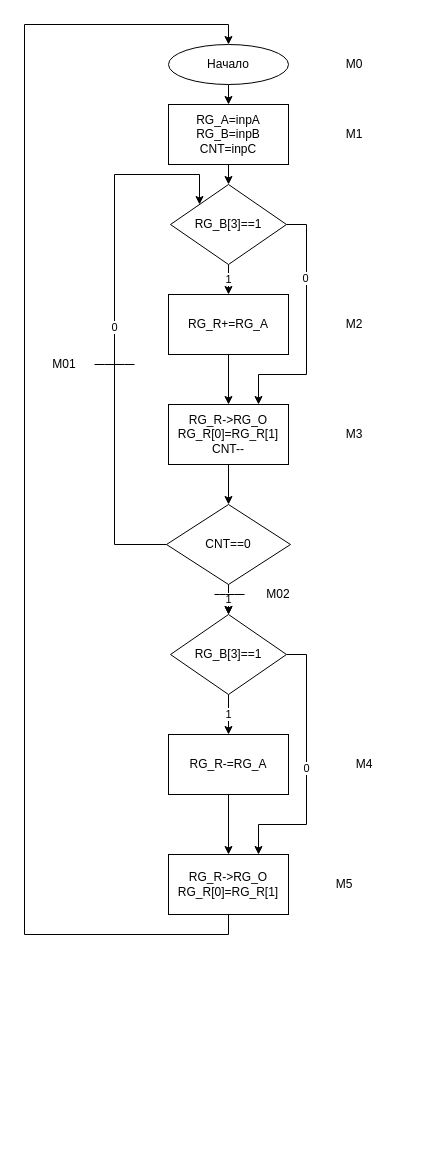
Above: prac2/prac2.drawio in Mastmex/rum (draw.io), before the change. Source tidied: cells renumbered, new cells numbered last; positions are measured from the earlier drawing's top-left corner, leaving out a move shared by most shapes. Both pictures are drawn from the tidied source at 100%, with x=0, y=0 at pixel (24, 24).
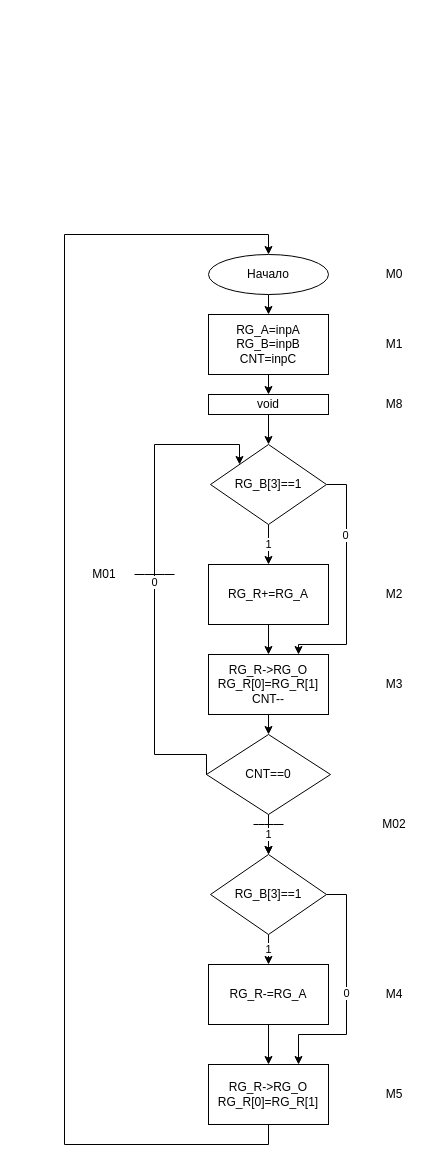
After the change.

Diff of the diagram source:
```diff
@@
     <mxCell id="3" value="Начало" style="ellipse;whiteSpace=wrap;html=1;" parent="1" vertex="1">
-      <mxGeometry x="144" y="20" width="120" height="40" as="geometry" />
+      <mxGeometry x="184" y="230" width="120" height="40" as="geometry" />
     </mxCell>
-    <mxCell id="4" style="edgeStyle=orthogonalEdgeStyle;rounded=0;jettySize=auto;html=1;exitX=0.5;exitY=1;exitDx=0;exitDy=0;entryX=0.5;entryY=0;entryDx=0;entryDy=0;" parent="1" edge="1" source="5" target="9">
-      <mxGeometry relative="1" as="geometry" />
-    </mxCell>
+    <mxCell id="35" style="edgeStyle=orthogonalEdgeStyle;rounded=0;jettySize=auto;html=1;exitX=0.5;exitY=1;exitDx=0;exitDy=0;entryX=0.5;entryY=0;entryDx=0;entryDy=0;" parent="1" edge="1" source="5" target="45">
+      <mxGeometry relative="1" as="geometry" />
+    </mxCell>
     <mxCell id="5" value="RG_A=inpA&lt;br&gt;RG_B=inpB&lt;br&gt;CNT=inpC" style="rounded=0;whiteSpace=wrap;html=1;" parent="1" vertex="1">
-      <mxGeometry x="144" y="80" width="120" height="60" as="geometry" />
+      <mxGeometry x="184" y="290" width="120" height="60" as="geometry" />
     </mxCell>
-    <mxCell id="6" value="1" style="edgeStyle=orthogonalEdgeStyle;rounded=0;jettySize=auto;html=1;exitX=0.5;exitY=1;exitDx=0;exitDy=0;entryX=0.5;entryY=0;entryDx=0;entryDy=0;" parent="1" edge="1" source="9" target="11">
-      <mxGeometry relative="1" as="geometry" />
-    </mxCell>
-    <mxCell id="7" style="edgeStyle=orthogonalEdgeStyle;rounded=0;jettySize=auto;html=1;exitX=1;exitY=0.5;exitDx=0;exitDy=0;entryX=0.75;entryY=0;entryDx=0;entryDy=0;" parent="1" edge="1" source="9" target="13">
-      <mxGeometry relative="1" as="geometry">
-        <Array as="points">
-          <mxPoint x="282" y="200" />
-          <mxPoint x="282" y="350" />
-          <mxPoint x="234" y="350" />
-        </Array>
-      </mxGeometry>
-    </mxCell>
+    <mxCell id="36" value="1" style="edgeStyle=orthogonalEdgeStyle;rounded=0;jettySize=auto;html=1;exitX=0.5;exitY=1;exitDx=0;exitDy=0;entryX=0.5;entryY=0;entryDx=0;entryDy=0;" parent="1" edge="1" source="38" target="11">
+      <mxGeometry relative="1" as="geometry" />
+    </mxCell>
+    <mxCell id="37" style="edgeStyle=orthogonalEdgeStyle;rounded=0;jettySize=auto;html=1;exitX=1;exitY=0.5;exitDx=0;exitDy=0;entryX=0.75;entryY=0;entryDx=0;entryDy=0;" parent="1" edge="1" source="38" target="13">
+      <mxGeometry relative="1" as="geometry">
+        <Array as="points">
+          <mxPoint x="322" y="460" />
+          <mxPoint x="322" y="620" />
+          <mxPoint x="274" y="620" />
+        </Array>
+      </mxGeometry>
+    </mxCell>
-    <mxCell id="8" value="0" style="edgeLabel;html=1;align=center;verticalAlign=middle;" parent="7" vertex="1">
+    <mxCell id="8" value="0" style="edgeLabel;html=1;align=center;verticalAlign=middle;" parent="37" vertex="1">
       <mxGeometry x="-0.41" y="7" relative="1" as="geometry">
         <mxPoint x="-9" as="offset" />
       </mxGeometry>
     </mxCell>
-    <mxCell id="9" value="RG_B[3]==1" style="rhombus;whiteSpace=wrap;html=1;" parent="1" vertex="1">
-      <mxGeometry x="146" y="160" width="116" height="80" as="geometry" />
-    </mxCell>
+    <mxCell id="38" value="RG_B[3]==1" style="rhombus;whiteSpace=wrap;html=1;" parent="1" vertex="1">
+      <mxGeometry x="186" y="420" width="116" height="80" as="geometry" />
+    </mxCell>
@@
     <mxCell id="11" value="RG_R+=RG_A" style="rounded=0;whiteSpace=wrap;html=1;" parent="1" vertex="1">
-      <mxGeometry x="144" y="270" width="120" height="60" as="geometry" />
+      <mxGeometry x="184" y="540" width="120" height="60" as="geometry" />
     </mxCell>
@@
     <mxCell id="13" value="RG_R-&amp;gt;RG_O&lt;br&gt;RG_R[0]=RG_R[1]&lt;br&gt;CNT--" style="rounded=0;whiteSpace=wrap;html=1;" parent="1" vertex="1">
-      <mxGeometry x="144" y="380" width="120" height="60" as="geometry" />
+      <mxGeometry x="184" y="630" width="120" height="60" as="geometry" />
     </mxCell>
-    <mxCell id="14" value="0" style="edgeStyle=orthogonalEdgeStyle;rounded=0;jettySize=auto;html=1;exitX=0;exitY=0.5;exitDx=0;exitDy=0;entryX=0;entryY=0;entryDx=0;entryDy=0;" parent="1" edge="1" source="17" target="9">
+    <mxCell id="14" value="0" style="edgeStyle=orthogonalEdgeStyle;rounded=0;jettySize=auto;html=1;exitX=0;exitY=0.5;exitDx=0;exitDy=0;entryX=0;entryY=0;entryDx=0;entryDy=0;" parent="1" edge="1" source="17" target="38">
       <mxGeometry relative="1" as="geometry">
         <Array as="points">
-          <mxPoint x="90" y="520" />
-          <mxPoint x="90" y="150" />
-          <mxPoint x="175" y="150" />
+          <mxPoint x="182" y="730" />
+          <mxPoint x="130" y="730" />
+          <mxPoint x="130" y="420" />
+          <mxPoint x="215" y="420" />
         </Array>
       </mxGeometry>
     </mxCell>
-    <mxCell id="15" style="edgeStyle=orthogonalEdgeStyle;rounded=0;jettySize=auto;html=1;exitX=0.5;exitY=1;exitDx=0;exitDy=0;entryX=0.5;entryY=0;entryDx=0;entryDy=0;" parent="1" edge="1" source="17" target="20">
-      <mxGeometry relative="1" as="geometry" />
-    </mxCell>
+    <mxCell id="39" style="edgeStyle=orthogonalEdgeStyle;rounded=0;jettySize=auto;html=1;exitX=0.5;exitY=1;exitDx=0;exitDy=0;entryX=0.5;entryY=0;entryDx=0;entryDy=0;" parent="1" edge="1" source="17" target="41">
+      <mxGeometry relative="1" as="geometry" />
+    </mxCell>
-    <mxCell id="16" value="1" style="edgeStyle=orthogonalEdgeStyle;rounded=0;jettySize=auto;html=1;" parent="1" edge="1" source="17" target="20">
+    <mxCell id="16" value="1" style="edgeStyle=orthogonalEdgeStyle;rounded=0;jettySize=auto;html=1;" parent="1" edge="1" source="17" target="41">
       <mxGeometry relative="1" as="geometry" />
     </mxCell>
     <mxCell id="17" value="CNT==0" style="rhombus;whiteSpace=wrap;html=1;" parent="1" vertex="1">
-      <mxGeometry x="142" y="480" width="124" height="80" as="geometry" />
+      <mxGeometry x="182" y="710" width="124" height="80" as="geometry" />
     </mxCell>
-    <mxCell id="18" value="1" style="edgeStyle=orthogonalEdgeStyle;rounded=0;jettySize=auto;html=1;exitX=0.5;exitY=1;exitDx=0;exitDy=0;entryX=0.5;entryY=0;entryDx=0;entryDy=0;" parent="1" edge="1" source="20" target="22">
-      <mxGeometry relative="1" as="geometry" />
-    </mxCell>
+    <mxCell id="40" value="1" style="edgeStyle=orthogonalEdgeStyle;rounded=0;jettySize=auto;html=1;exitX=0.5;exitY=1;exitDx=0;exitDy=0;entryX=0.5;entryY=0;entryDx=0;entryDy=0;" parent="1" edge="1" source="41" target="22">
+      <mxGeometry relative="1" as="geometry" />
+    </mxCell>
-    <mxCell id="19" value="0" style="edgeStyle=orthogonalEdgeStyle;rounded=0;jettySize=auto;html=1;exitX=1;exitY=0.5;exitDx=0;exitDy=0;entryX=0.75;entryY=0;entryDx=0;entryDy=0;" parent="1" edge="1" source="20" target="24">
+    <mxCell id="19" value="0" style="edgeStyle=orthogonalEdgeStyle;rounded=0;jettySize=auto;html=1;exitX=1;exitY=0.5;exitDx=0;exitDy=0;entryX=0.75;entryY=0;entryDx=0;entryDy=0;" parent="1" edge="1" source="41" target="24">
       <mxGeometry relative="1" as="geometry">
         <Array as="points">
-          <mxPoint x="282" y="630" />
-          <mxPoint x="282" y="800" />
-          <mxPoint x="234" y="800" />
+          <mxPoint x="322" y="870" />
+          <mxPoint x="322" y="1010" />
+          <mxPoint x="274" y="1010" />
         </Array>
       </mxGeometry>
     </mxCell>
-    <mxCell id="20" value="RG_B[3]==1" style="rhombus;whiteSpace=wrap;html=1;" parent="1" vertex="1">
-      <mxGeometry x="146" y="590" width="116" height="80" as="geometry" />
-    </mxCell>
+    <mxCell id="41" value="RG_B[3]==1" style="rhombus;whiteSpace=wrap;html=1;" parent="1" vertex="1">
+      <mxGeometry x="186" y="830" width="116" height="80" as="geometry" />
+    </mxCell>
@@
     <mxCell id="22" value="RG_R-=RG_A" style="rounded=0;whiteSpace=wrap;html=1;" parent="1" vertex="1">
-      <mxGeometry x="144" y="710" width="120" height="60" as="geometry" />
+      <mxGeometry x="184" y="940" width="120" height="60" as="geometry" />
     </mxCell>
     <mxCell id="23" style="edgeStyle=orthogonalEdgeStyle;rounded=0;jettySize=auto;html=1;exitX=0.5;exitY=1;exitDx=0;exitDy=0;entryX=0.5;entryY=0;entryDx=0;entryDy=0;" parent="1" edge="1" source="24" target="3">
       <mxGeometry relative="1" as="geometry">
         <Array as="points">
-          <mxPoint x="204" y="910" />
-          <mxPoint y="910" />
-          <mxPoint />
-          <mxPoint x="204" />
+          <mxPoint x="244" y="1120" />
+          <mxPoint x="40" y="1120" />
+          <mxPoint x="40" y="210" />
+          <mxPoint x="244" y="210" />
         </Array>
       </mxGeometry>
     </mxCell>
     <mxCell id="24" value="RG_R-&amp;gt;RG_O&lt;br&gt;RG_R[0]=RG_R[1]&lt;br&gt;" style="rounded=0;whiteSpace=wrap;html=1;" parent="1" vertex="1">
-      <mxGeometry x="144" y="830" width="120" height="60" as="geometry" />
+      <mxGeometry x="184" y="1040" width="120" height="60" as="geometry" />
     </mxCell>
     <mxCell id="25" value="M0" style="text;html=1;strokeColor=none;fillColor=none;align=center;verticalAlign=middle;whiteSpace=wrap;rounded=0;" parent="1" vertex="1">
-      <mxGeometry x="310" y="30" width="40" height="20" as="geometry" />
+      <mxGeometry x="350" y="240" width="40" height="20" as="geometry" />
     </mxCell>
     <mxCell id="26" value="M1" style="text;html=1;strokeColor=none;fillColor=none;align=center;verticalAlign=middle;whiteSpace=wrap;rounded=0;" parent="1" vertex="1">
-      <mxGeometry x="310" y="100" width="40" height="20" as="geometry" />
+      <mxGeometry x="350" y="310" width="40" height="20" as="geometry" />
     </mxCell>
     <mxCell id="27" value="M2" style="text;html=1;strokeColor=none;fillColor=none;align=center;verticalAlign=middle;whiteSpace=wrap;rounded=0;" parent="1" vertex="1">
-      <mxGeometry x="310" y="290" width="40" height="20" as="geometry" />
+      <mxGeometry x="350" y="560" width="40" height="20" as="geometry" />
     </mxCell>
     <mxCell id="28" value="M3" style="text;html=1;strokeColor=none;fillColor=none;align=center;verticalAlign=middle;whiteSpace=wrap;rounded=0;" parent="1" vertex="1">
-      <mxGeometry x="310" y="400" width="40" height="20" as="geometry" />
+      <mxGeometry x="350" y="650" width="40" height="20" as="geometry" />
     </mxCell>
-    <mxCell id="29" style="endArrow=none;html=1;" parent="1" edge="1">
-      <mxGeometry relative="1" as="geometry">
-        <mxPoint x="70" y="340" as="sourcePoint" />
-        <mxPoint x="110" y="340" as="targetPoint" />
-        <Array as="points">
-          <mxPoint x="90" y="340" />
-        </Array>
-      </mxGeometry>
-    </mxCell>
+    <mxCell id="42" style="endArrow=none;html=1;" parent="1" edge="1">
+      <mxGeometry relative="1" as="geometry">
+        <mxPoint x="110" y="550" as="sourcePoint" />
+        <mxPoint x="150" y="550" as="targetPoint" />
+        <Array as="points">
+          <mxPoint x="130" y="550" />
+        </Array>
+      </mxGeometry>
+    </mxCell>
     <mxCell id="30" value="M01" style="text;html=1;strokeColor=none;fillColor=none;align=center;verticalAlign=middle;whiteSpace=wrap;rounded=0;" parent="1" vertex="1">
-      <mxGeometry x="20" y="330" width="40" height="20" as="geometry" />
+      <mxGeometry x="60" y="540" width="40" height="20" as="geometry" />
     </mxCell>
     <mxCell id="31" value="M4" style="text;html=1;strokeColor=none;fillColor=none;align=center;verticalAlign=middle;whiteSpace=wrap;rounded=0;" parent="1" vertex="1">
-      <mxGeometry x="320" y="730" width="40" height="20" as="geometry" />
+      <mxGeometry x="350" y="960" width="40" height="20" as="geometry" />
     </mxCell>
     <mxCell id="32" value="M5" style="text;html=1;strokeColor=none;fillColor=none;align=center;verticalAlign=middle;whiteSpace=wrap;rounded=0;" parent="1" vertex="1">
-      <mxGeometry x="300" y="850" width="40" height="20" as="geometry" />
+      <mxGeometry x="350" y="1060" width="40" height="20" as="geometry" />
     </mxCell>
-    <mxCell id="33" style="endArrow=none;html=1;" parent="1" edge="1">
-      <mxGeometry relative="1" as="geometry">
-        <mxPoint x="190" y="570" as="sourcePoint" />
-        <mxPoint x="220" y="570" as="targetPoint" />
-        <Array as="points">
-          <mxPoint x="200" y="570" />
-        </Array>
-      </mxGeometry>
-    </mxCell>
+    <mxCell id="43" style="endArrow=none;html=1;" parent="1" edge="1">
+      <mxGeometry relative="1" as="geometry">
+        <mxPoint x="229" y="800" as="sourcePoint" />
+        <mxPoint x="259" y="800" as="targetPoint" />
+        <Array as="points">
+          <mxPoint x="239" y="800" />
+        </Array>
+      </mxGeometry>
+    </mxCell>
     <mxCell id="34" value="M02" style="text;html=1;strokeColor=none;fillColor=none;align=center;verticalAlign=middle;whiteSpace=wrap;rounded=0;" parent="1" vertex="1">
-      <mxGeometry x="234" y="560" width="40" height="20" as="geometry" />
+      <mxGeometry x="350" y="790" width="40" height="20" as="geometry" />
     </mxCell>
+    <mxCell id="44" style="edgeStyle=orthogonalEdgeStyle;rounded=0;jettySize=auto;html=1;exitX=0.5;exitY=1;exitDx=0;exitDy=0;entryX=0.5;entryY=0;entryDx=0;entryDy=0;" parent="1" edge="1" source="45" target="38">
+      <mxGeometry relative="1" as="geometry" />
+    </mxCell>
+    <mxCell id="45" value="void" style="rounded=0;whiteSpace=wrap;html=1;" parent="1" vertex="1">
+      <mxGeometry x="184" y="370" width="120" height="20" as="geometry" />
+    </mxCell>
+    <mxCell id="46" value="M8" style="text;html=1;strokeColor=none;fillColor=none;align=center;verticalAlign=middle;whiteSpace=wrap;rounded=0;" parent="1" vertex="1">
+      <mxGeometry x="350" y="370" width="40" height="20" as="geometry" />
+    </mxCell>
```
